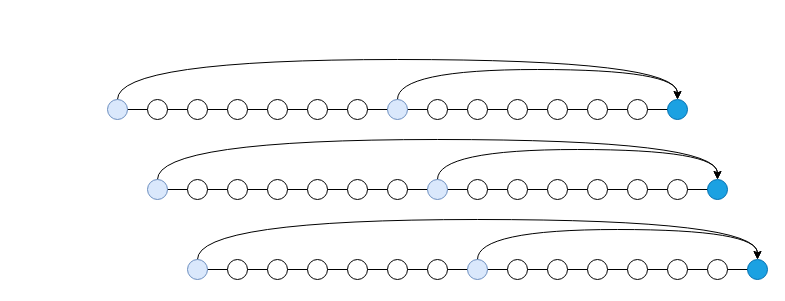
Above: page "Lagged Variables" (5 of 6) of Untitled Diagram.drawio in andreasolborg/illustrations (draw.io), before the change. Source tidied: cells renumbered, new cells numbered last; positions are measured from the earlier drawing's top-left corner, leaving out a move shared by most shapes. Both pictures are drawn from the tidied source at 100%, with x=0, y=0 at pixel (107, 59).
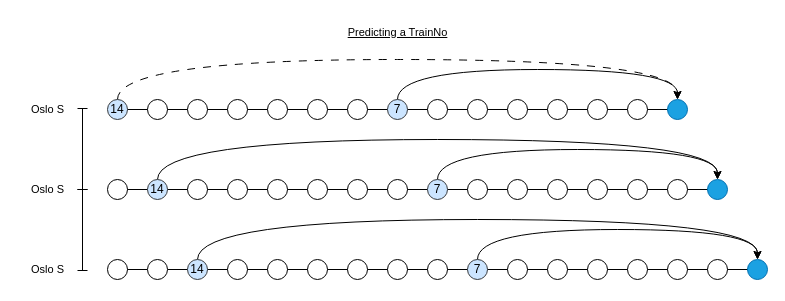
After the change.

Unchanged cells that the change refers to:
```xml
<mxCell id="19" style="ellipse;whiteSpace=wrap;html=1;fillColor=#1ba1e2;fontColor=#ffffff;strokeColor=#006EAF;" parent="1" vertex="1">
  <mxGeometry x="560" y="40" width="20" height="20" as="geometry" />
</mxCell>
```

Change to the diagram source:
```diff
@@
-    <mxCell id="3" style="edgeStyle=orthogonalEdgeStyle;rounded=0;jettySize=auto;html=1;exitX=0.5;exitY=0;exitDx=0;exitDy=0;entryX=0.5;entryY=0;entryDx=0;entryDy=0;curved=1;" parent="1" edge="1" source="4" target="19">
+    <mxCell id="3" style="edgeStyle=orthogonalEdgeStyle;rounded=0;jettySize=auto;html=1;exitX=0.5;exitY=0;exitDx=0;exitDy=0;entryX=0.5;entryY=0;entryDx=0;entryDy=0;curved=1;dashed=1;dashPattern=8 8;" parent="1" edge="1" source="4" target="19">
       <mxGeometry relative="1" as="geometry">
         <Array as="points">
           <mxPoint x="10" />
           <mxPoint x="570" />
         </Array>
       </mxGeometry>
     </mxCell>
-    <mxCell id="4" style="ellipse;whiteSpace=wrap;html=1;fillColor=#dae8fc;strokeColor=#6c8ebf;" parent="1" vertex="1">
+    <mxCell id="4" value="14" style="ellipse;whiteSpace=wrap;html=1;fillColor=#cce5ff;strokeColor=#36393d;" parent="1" vertex="1">
       <mxGeometry y="40" width="20" height="20" as="geometry" />
     </mxCell>
@@
-    <mxCell id="12" style="ellipse;whiteSpace=wrap;html=1;fillColor=#dae8fc;strokeColor=#6c8ebf;" parent="1" vertex="1">
+    <mxCell id="12" value="7" style="ellipse;whiteSpace=wrap;html=1;fillColor=#cce5ff;strokeColor=#36393d;" parent="1" vertex="1">
       <mxGeometry x="280" y="40" width="20" height="20" as="geometry" />
     </mxCell>
@@
     <mxCell id="20" style="endArrow=none;html=1;rounded=0;" parent="1" edge="1">
       <mxGeometry relative="1" as="geometry">
-        <mxPoint x="50" y="130" as="sourcePoint" />
+        <mxPoint x="10" y="130" as="sourcePoint" />
         <mxPoint x="610" y="130" as="targetPoint" />
       </mxGeometry>
     </mxCell>
@@
-    <mxCell id="22" style="ellipse;whiteSpace=wrap;html=1;fillColor=#dae8fc;strokeColor=#6c8ebf;" parent="1" vertex="1">
+    <mxCell id="22" value="14" style="ellipse;whiteSpace=wrap;html=1;fillColor=#cce5ff;strokeColor=#36393d;" parent="1" vertex="1">
       <mxGeometry x="40" y="120" width="20" height="20" as="geometry" />
     </mxCell>
@@
-    <mxCell id="30" style="ellipse;whiteSpace=wrap;html=1;fillColor=#dae8fc;strokeColor=#6c8ebf;" parent="1" vertex="1">
+    <mxCell id="30" value="7" style="ellipse;whiteSpace=wrap;html=1;fillColor=#cce5ff;strokeColor=#36393d;" parent="1" vertex="1">
       <mxGeometry x="320" y="120" width="20" height="20" as="geometry" />
     </mxCell>
@@
-    <mxCell id="38" style="endArrow=none;html=1;rounded=0;" parent="1" edge="1">
+    <mxCell id="38" style="endArrow=none;html=1;rounded=0;" parent="1" edge="1" source="60">
       <mxGeometry relative="1" as="geometry">
-        <mxPoint x="90" y="210" as="sourcePoint" />
         <mxPoint x="650" y="210" as="targetPoint" />
       </mxGeometry>
     </mxCell>
@@
-    <mxCell id="40" style="ellipse;whiteSpace=wrap;html=1;fillColor=#dae8fc;strokeColor=#6c8ebf;" parent="1" vertex="1">
+    <mxCell id="40" value="14" style="ellipse;whiteSpace=wrap;html=1;fillColor=#cce5ff;strokeColor=#36393d;" parent="1" vertex="1">
       <mxGeometry x="80" y="200" width="20" height="20" as="geometry" />
     </mxCell>
@@
-    <mxCell id="48" style="ellipse;whiteSpace=wrap;html=1;fillColor=#dae8fc;strokeColor=#6c8ebf;" parent="1" vertex="1">
+    <mxCell id="48" value="7" style="ellipse;whiteSpace=wrap;html=1;fillColor=#cce5ff;strokeColor=#36393d;" parent="1" vertex="1">
       <mxGeometry x="360" y="200" width="20" height="20" as="geometry" />
     </mxCell>
@@
+    <mxCell id="57" style="shape=crossbar;whiteSpace=wrap;html=1;rounded=1;direction=south;fontFamily=Helvetica;fontSize=11;fontColor=default;labelBackgroundColor=default;" parent="1" vertex="1">
+      <mxGeometry x="-30" y="49" width="10" height="81" as="geometry" />
+    </mxCell>
+    <mxCell id="58" style="shape=crossbar;whiteSpace=wrap;html=1;rounded=1;direction=south;fontFamily=Helvetica;fontSize=11;fontColor=default;labelBackgroundColor=default;" parent="1" vertex="1">
+      <mxGeometry x="-30" y="130" width="10" height="81" as="geometry" />
+    </mxCell>
+    <mxCell id="59" style="endArrow=none;html=1;rounded=0;" parent="1" edge="1" target="60">
+      <mxGeometry relative="1" as="geometry">
+        <mxPoint x="10" y="210" as="sourcePoint" />
+      </mxGeometry>
+    </mxCell>
+    <mxCell id="60" style="ellipse;whiteSpace=wrap;html=1;" parent="1" vertex="1">
+      <mxGeometry x="40" y="200" width="20" height="20" as="geometry" />
+    </mxCell>
+    <mxCell id="61" style="ellipse;whiteSpace=wrap;html=1;" parent="1" vertex="1">
+      <mxGeometry y="200" width="20" height="20" as="geometry" />
+    </mxCell>
+    <mxCell id="62" style="ellipse;whiteSpace=wrap;html=1;" parent="1" vertex="1">
+      <mxGeometry y="120" width="20" height="20" as="geometry" />
+    </mxCell>
+    <mxCell id="63" value="Predicting a TrainNo" style="text;html=1;align=center;verticalAlign=middle;strokeColor=none;fillColor=none;fontFamily=Helvetica;fontSize=11;fontColor=default;labelBackgroundColor=default;fontStyle=4;" parent="1" vertex="1">
+      <mxGeometry x="230" y="-42" width="120" height="30" as="geometry" />
+    </mxCell>
+    <mxCell id="64" value="Oslo S" style="text;html=1;align=center;verticalAlign=middle;strokeColor=none;fillColor=none;fontFamily=Helvetica;fontSize=11;fontColor=default;labelBackgroundColor=default;" parent="1" vertex="1">
+      <mxGeometry x="-90" y="35" width="60" height="30" as="geometry" />
+    </mxCell>
+    <mxCell id="65" value="Oslo S" style="text;html=1;align=center;verticalAlign=middle;strokeColor=none;fillColor=none;fontFamily=Helvetica;fontSize=11;fontColor=default;labelBackgroundColor=default;" parent="1" vertex="1">
+      <mxGeometry x="-90" y="115" width="60" height="30" as="geometry" />
+    </mxCell>
+    <mxCell id="66" value="Oslo S" style="text;html=1;align=center;verticalAlign=middle;strokeColor=none;fillColor=none;fontFamily=Helvetica;fontSize=11;fontColor=default;labelBackgroundColor=default;" parent="1" vertex="1">
+      <mxGeometry x="-90" y="195" width="60" height="30" as="geometry" />
+    </mxCell>
```
